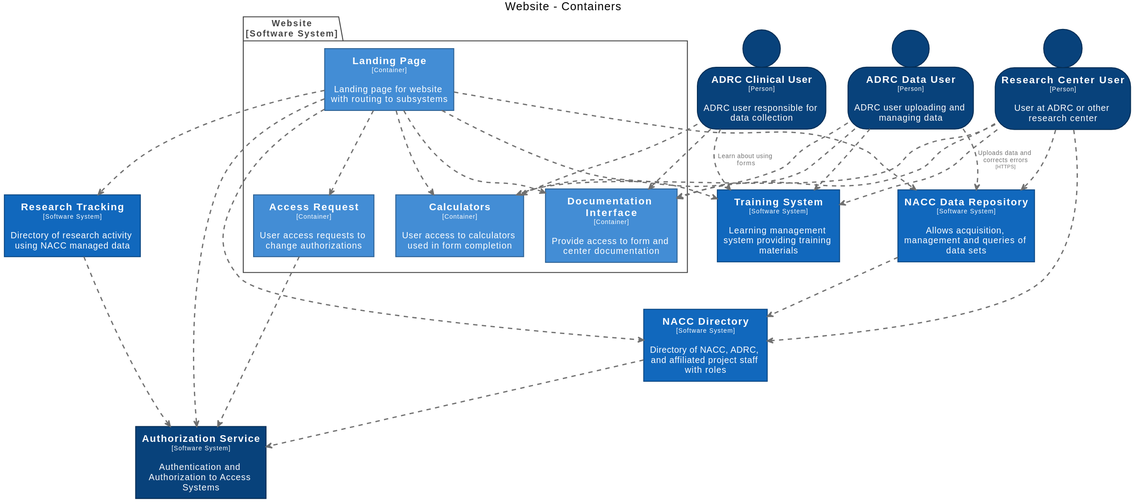
Earlier version of the PlantUML export docs/images/structurizr-WebsiteContainers.svg (naccdata/system-design).
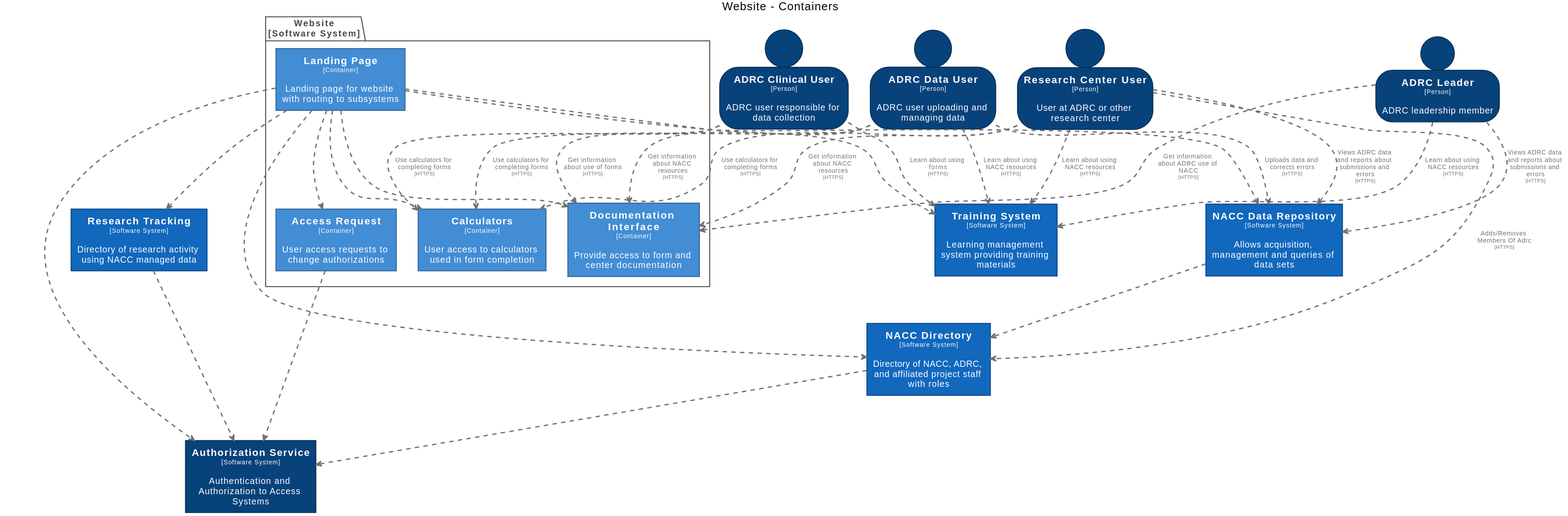
Above is the later version.

The edit, as a diff of the source:
```diff
@@ -19,6 +19,11 @@
   BorderColor #052e56
 }
 skinparam person<<ADRCDataUser>> {
+  BackgroundColor #08427b
+  FontColor #ffffff
+  BorderColor #052e56
+}
+skinparam person<<ADRCLeader>> {
   BackgroundColor #08427b
   FontColor #ffffff
   BorderColor #052e56
@@ -75,6 +80,7 @@
 }
 
 person "==ADRC Data User\n<size:10>[Person]</size>\n\nADRC user uploading and managing data" <<ADRCDataUser>> as ADRCDataUser
+person "==ADRC Leader\n<size:10>[Person]</size>\n\nADRC leadership member" <<ADRCLeader>> as ADRCLeader
 rectangle "==Authorization Service\n<size:10>[Software System]</size>\n\nAuthentication and Authorization to Access Systems" <<AuthorizationService>> as AuthorizationService
 rectangle "==NACC Directory\n<size:10>[Software System]</size>\n\nDirectory of NACC, ADRC, and affiliated project staff with roles" <<NACCDirectory>> as NACCDirectory
 person "==ADRC Clinical User\n<size:10>[Person]</size>\n\nADRC user responsible for data collection" <<ADRCClinicalUser>> as ADRCClinicalUser
@@ -95,19 +101,22 @@
 
 Website.LandingPage .[#707070,thickness=2].> NACCDataRepository : "<color:#707070>"
 Website.LandingPage .[#707070,thickness=2].> NACCDirectory : "<color:#707070>"
-ResearchCenterUser .[#707070,thickness=2].> Website.Calculators : "<color:#707070>"
-ResearchCenterUser .[#707070,thickness=2].> NACCDirectory : "<color:#707070>"
-ResearchCenterUser .[#707070,thickness=2].> Website.DocumentationInterface : "<color:#707070>"
-ResearchCenterUser .[#707070,thickness=2].> NACCDataRepository : "<color:#707070>"
-ResearchCenterUser .[#707070,thickness=2].> TrainingSystem : "<color:#707070>"
+ResearchCenterUser .[#707070,thickness=2].> Website.Calculators : "<color:#707070>Use calculators for completing forms\n<color:#707070><size:8>[HTTPS]</size>"
+ResearchCenterUser .[#707070,thickness=2].> NACCDirectory : "<color:#707070>Adds/Removes Members Of Adrc\n<color:#707070><size:8>[HTTPS]</size>"
+ResearchCenterUser .[#707070,thickness=2].> Website.DocumentationInterface : "<color:#707070>Get information about NACC resources\n<color:#707070><size:8>[HTTPS]</size>"
+ResearchCenterUser .[#707070,thickness=2].> NACCDataRepository : "<color:#707070>Views ADRC data and reports about submissions and errors\n<color:#707070><size:8>[HTTPS]</size>"
+ResearchCenterUser .[#707070,thickness=2].> TrainingSystem : "<color:#707070>Learn about using NACC resources\n<color:#707070><size:8>[HTTPS]</size>"
 ADRCDataUser .[#707070,thickness=2].> NACCDataRepository : "<color:#707070>Uploads data and corrects errors\n<color:#707070><size:8>[HTTPS]</size>"
-ADRCDataUser .[#707070,thickness=2].> Website.Calculators : "<color:#707070>"
-ADRCDataUser .[#707070,thickness=2].> Website.DocumentationInterface : "<color:#707070>"
-ADRCDataUser .[#707070,thickness=2].> TrainingSystem : "<color:#707070>"
-ADRCClinicalUser .[#707070,thickness=2].> TrainingSystem : "<color:#707070>Learn about using forms"
-ADRCClinicalUser .[#707070,thickness=2].> Website.Calculators : "<color:#707070>"
-ADRCClinicalUser .[#707070,thickness=2].> Website.DocumentationInterface : "<color:#707070>"
+ADRCDataUser .[#707070,thickness=2].> Website.Calculators : "<color:#707070>Use calculators for completing forms\n<color:#707070><size:8>[HTTPS]</size>"
+ADRCDataUser .[#707070,thickness=2].> Website.DocumentationInterface : "<color:#707070>Get information about NACC resources\n<color:#707070><size:8>[HTTPS]</size>"
+ADRCDataUser .[#707070,thickness=2].> TrainingSystem : "<color:#707070>Learn about usng NACC resources\n<color:#707070><size:8>[HTTPS]</size>"
+ADRCClinicalUser .[#707070,thickness=2].> TrainingSystem : "<color:#707070>Learn about using forms\n<color:#707070><size:8>[HTTPS]</size>"
+ADRCClinicalUser .[#707070,thickness=2].> Website.Calculators : "<color:#707070>Use calculators for completing forms\n<color:#707070><size:8>[HTTPS]</size>"
+ADRCClinicalUser .[#707070,thickness=2].> Website.DocumentationInterface : "<color:#707070>Get information about use of forms\n<color:#707070><size:8>[HTTPS]</size>"
+ADRCLeader .[#707070,thickness=2].> Website.DocumentationInterface : "<color:#707070>Get information about ADRC use of NACC\n<color:#707070><size:8>[HTTPS]</size>"
 NACCDataRepository .[#707070,thickness=2].> NACCDirectory : "<color:#707070>"
+ADRCLeader .[#707070,thickness=2].> NACCDataRepository : "<color:#707070>Views ADRC data and reports about submissions and errors\n<color:#707070><size:8>[HTTPS]</size>"
+ADRCLeader .[#707070,thickness=2].> TrainingSystem : "<color:#707070>Learn about using NACC resources\n<color:#707070><size:8>[HTTPS]</size>"
 NACCDirectory .[#707070,thickness=2].> AuthorizationService : "<color:#707070>"
 ResearchTracking .[#707070,thickness=2].> AuthorizationService : "<color:#707070>"
 Website.AccessRequest .[#707070,thickness=2].> AuthorizationService : "<color:#707070>"
```
